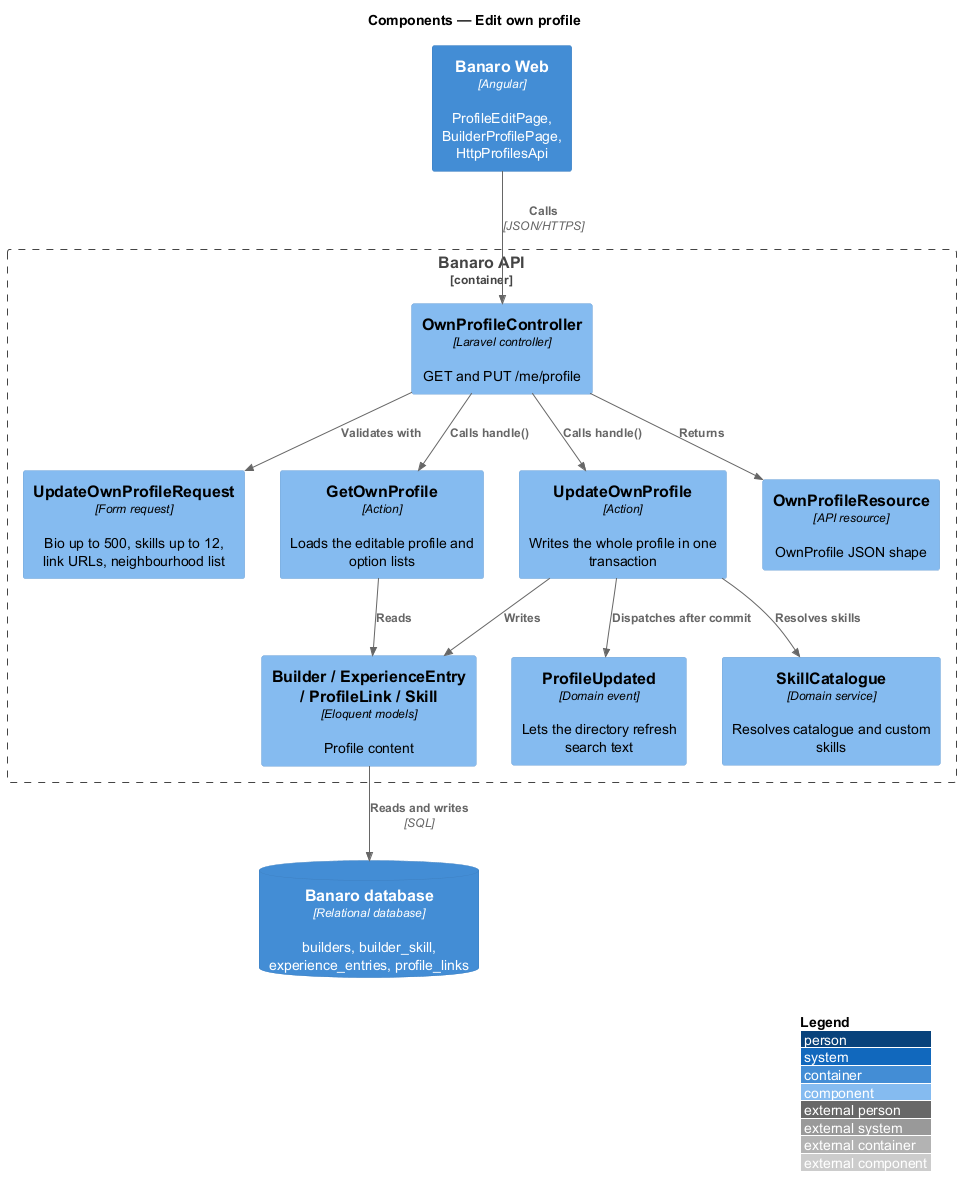
QuinntyneBrown/banaro keeps this PlantUML diagram as docs/detailed-designs/profiles/edit-own-profile/diagrams/c4-component.png. Above is the earlier version. The source it was exported from:
```plantuml
@startuml
!include <C4/C4_Component>
LAYOUT_WITH_LEGEND()
title Components — Edit own profile

Container(web, "Banaro Web", "Angular", "ProfileEditPage, BuilderProfilePage, HttpProfilesApi")
ContainerDb(db, "Banaro database", "Relational database", "builders, builder_skill, experience_entries, profile_links")

Container_Boundary(api, "Banaro API") {
  Component(ctrl, "OwnProfileController", "Laravel controller", "GET and PUT /me/profile")
  Component(req, "UpdateOwnProfileRequest", "Form request", "Bio up to 500, skills up to 12, link URLs, neighbourhood list")
  Component(get, "GetOwnProfile", "Action", "Loads the editable profile and option lists")
  Component(update, "UpdateOwnProfile", "Action", "Writes the whole profile in one transaction")
  Component(catalogue, "SkillCatalogue", "Domain service", "Resolves catalogue and custom skills")
  Component(models, "Builder / ExperienceEntry / ProfileLink / Skill", "Eloquent models", "Profile content")
  Component(resource, "OwnProfileResource", "API resource", "OwnProfile JSON shape")
  Component(event, "ProfileUpdated", "Domain event", "Lets the directory refresh search text")
}

Rel(web, ctrl, "Calls", "JSON/HTTPS")
Rel(ctrl, req, "Validates with")
Rel(ctrl, get, "Calls handle()")
Rel(ctrl, update, "Calls handle()")
Rel(ctrl, resource, "Returns")
Rel(get, models, "Reads")
Rel(update, catalogue, "Resolves skills")
Rel(update, models, "Writes")
Rel(update, event, "Dispatches after commit")
Rel(models, db, "Reads and writes", "SQL")
@enduml
```
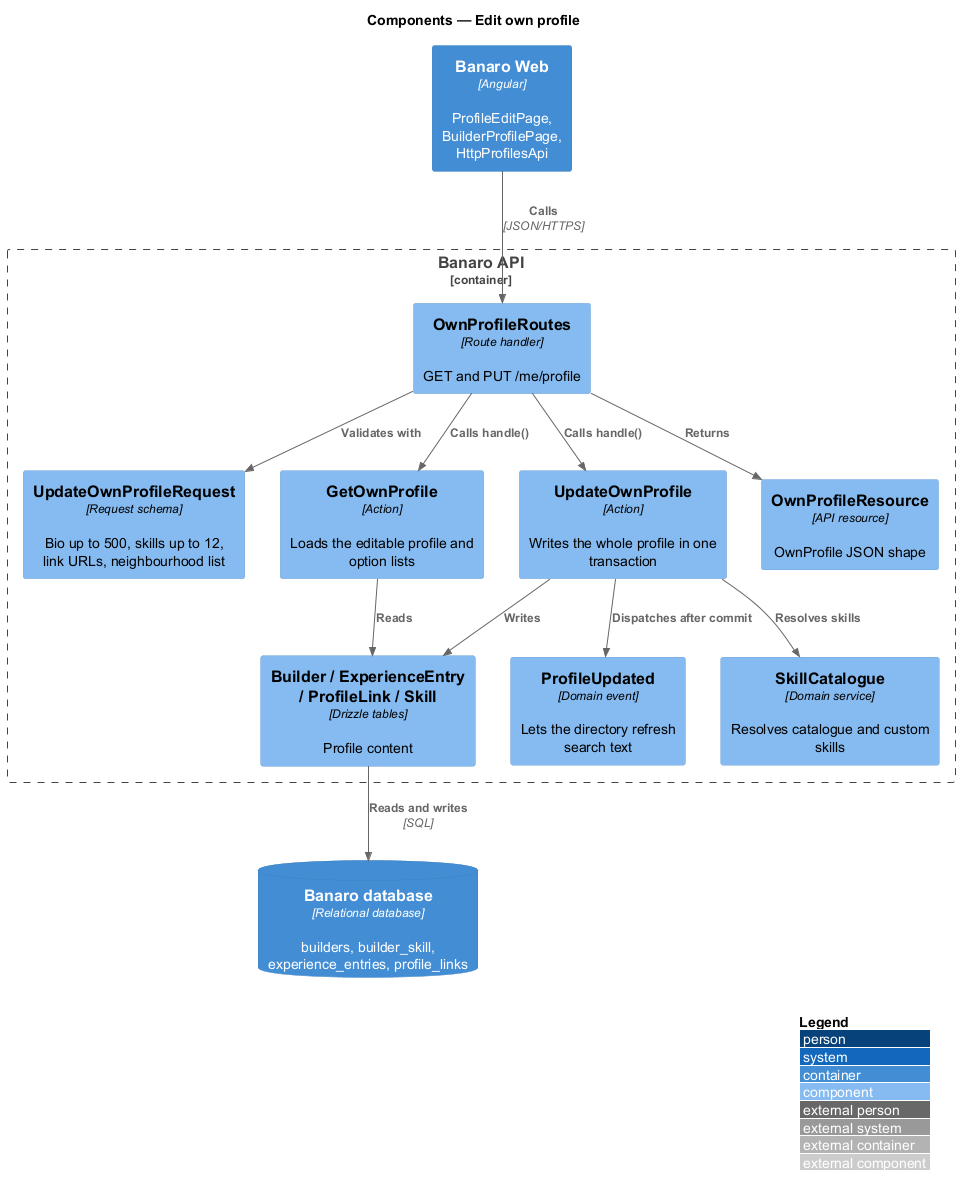
Above is the later version.

Change to the diagram source:
```diff
@@ -7,12 +7,12 @@
 ContainerDb(db, "Banaro database", "Relational database", "builders, builder_skill, experience_entries, profile_links")
 
 Container_Boundary(api, "Banaro API") {
-  Component(ctrl, "OwnProfileController", "Laravel controller", "GET and PUT /me/profile")
-  Component(req, "UpdateOwnProfileRequest", "Form request", "Bio up to 500, skills up to 12, link URLs, neighbourhood list")
+  Component(ctrl, "OwnProfileRoutes", "Route handler", "GET and PUT /me/profile")
+  Component(req, "UpdateOwnProfileRequest", "Request schema", "Bio up to 500, skills up to 12, link URLs, neighbourhood list")
   Component(get, "GetOwnProfile", "Action", "Loads the editable profile and option lists")
   Component(update, "UpdateOwnProfile", "Action", "Writes the whole profile in one transaction")
   Component(catalogue, "SkillCatalogue", "Domain service", "Resolves catalogue and custom skills")
-  Component(models, "Builder / ExperienceEntry / ProfileLink / Skill", "Eloquent models", "Profile content")
+  Component(models, "Builder / ExperienceEntry / ProfileLink / Skill", "Drizzle tables", "Profile content")
   Component(resource, "OwnProfileResource", "API resource", "OwnProfile JSON shape")
   Component(event, "ProfileUpdated", "Domain event", "Lets the directory refresh search text")
 }
```
